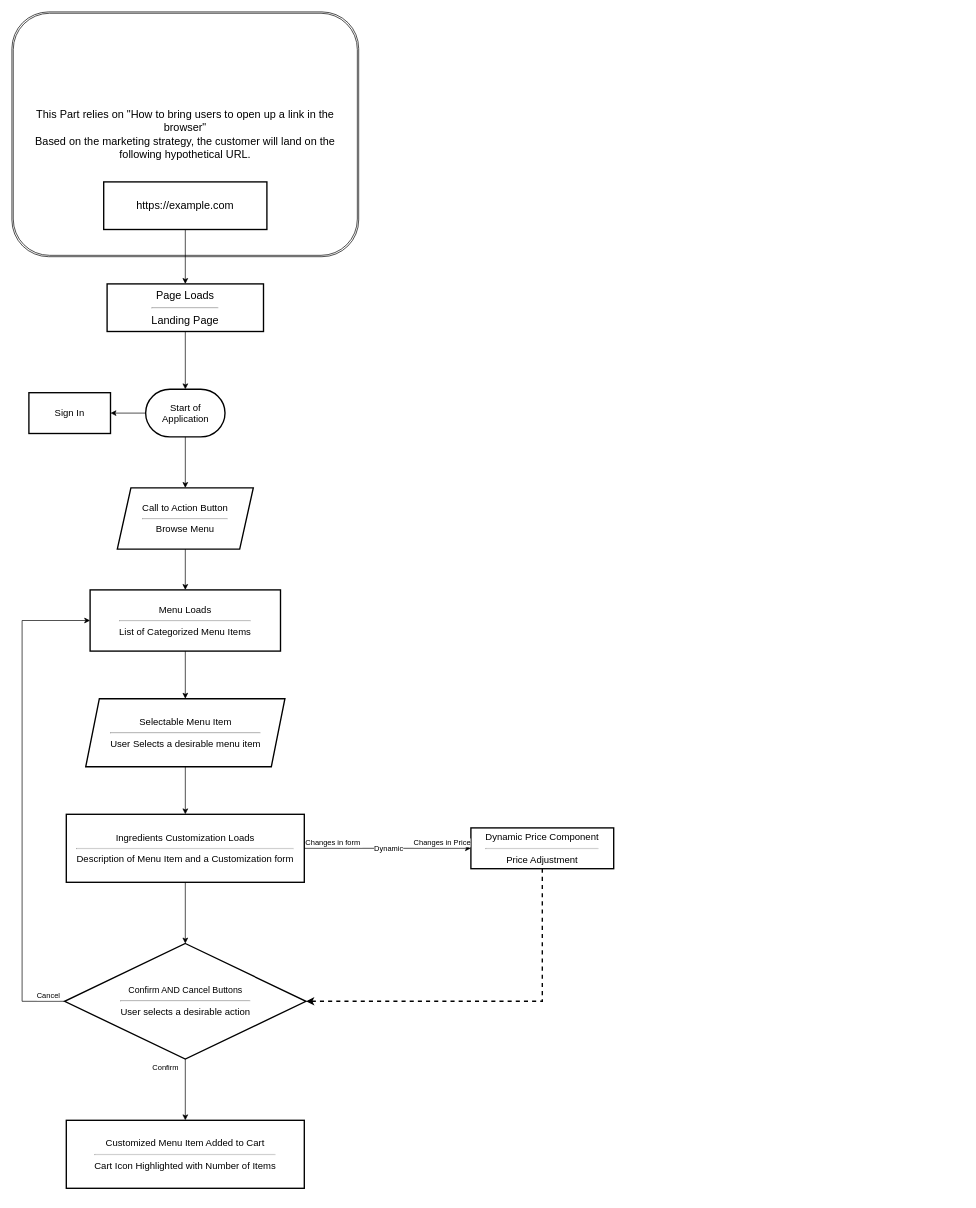
Above: basic-userflow.drawio in HAZberi/catering-webApp-diagrams (draw.io), before the change. Source tidied: cells renumbered, new cells numbered last; positions are measured from the earlier drawing's top-left corner, leaving out a move shared by most shapes. Both pictures are drawn from the tidied source at 68%, with x=0, y=0 at pixel (12, 12).
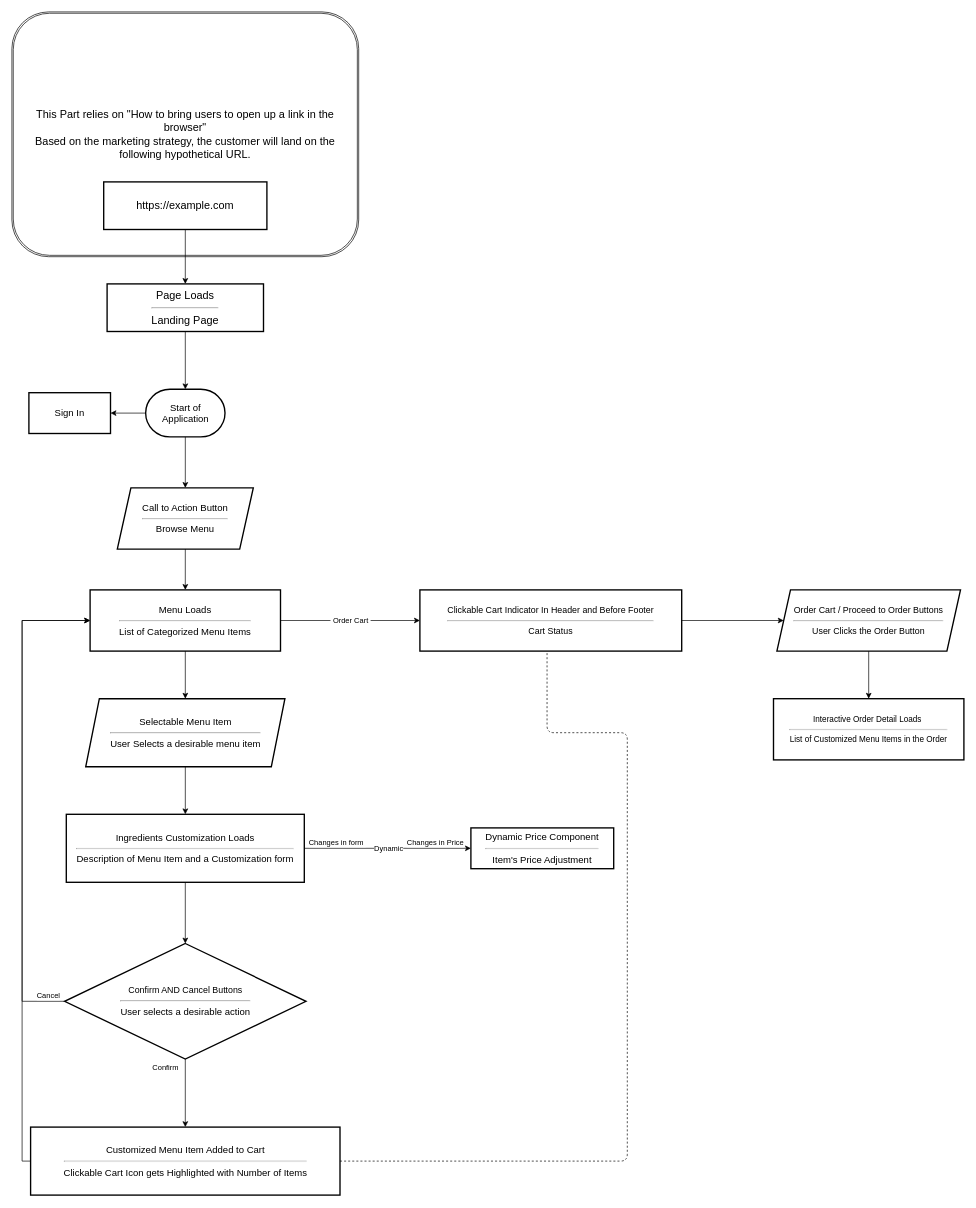
The same diagram, later.

Commit message:
Items added to cart

The change refers to these unchanged cells:
```xml
<mxCell id="14" value="&lt;font style=&quot;font-size: 14px&quot;&gt;Menu Loads&lt;br&gt;&lt;/font&gt;&lt;hr style=&quot;font-size: 14px&quot;&gt;&lt;font style=&quot;font-size: 14px&quot;&gt;List of Categorized Menu Items&lt;/font&gt;" style="rounded=0;whiteSpace=wrap;html=1;fillColor=none;strokeWidth=2;" parent="1" vertex="1">
  <mxGeometry x="115" y="850" width="280" height="90" as="geometry" />
</mxCell>
<mxCell id="21" value="Label" style="endArrow=classic;html=1;exitX=1;exitY=0.5;exitDx=0;exitDy=0;entryX=0;entryY=0.5;entryDx=0;entryDy=0;strokeWidth=1;" parent="1" edge="1" source="18" target="20">
  <mxGeometry relative="1" as="geometry" />
</mxCell>
<mxCell id="27" value="&lt;font style=&quot;font-size: 13px&quot;&gt;Confirm AND Cancel Buttons&lt;br&gt;&lt;/font&gt;&lt;hr style=&quot;font-size: 13px&quot;&gt;&lt;font style=&quot;font-size: 14px&quot;&gt;User selects a desirable action&lt;/font&gt;" style="rhombus;whiteSpace=wrap;html=1;strokeWidth=2;fillColor=none;" parent="1" vertex="1">
  <mxGeometry x="77.5" y="1370" width="355" height="170" as="geometry" />
</mxCell>
```

Change to the diagram source:
```diff
@@
-    <mxCell id="19" style="edgeStyle=orthogonalEdgeStyle;rounded=0;jettySize=auto;html=1;exitX=0.5;exitY=1;exitDx=0;exitDy=0;entryX=1;entryY=0.5;entryDx=0;entryDy=0;dashed=1;strokeWidth=2;" parent="1" edge="1" source="20" target="27">
-      <mxGeometry relative="1" as="geometry" />
-    </mxCell>
-    <mxCell id="20" value="&lt;font style=&quot;font-size: 14px&quot;&gt;Dynamic Price Component&lt;br&gt;&lt;/font&gt;&lt;hr style=&quot;font-size: 14px&quot;&gt;&lt;font style=&quot;font-size: 14px&quot;&gt;Price Adjustment&lt;/font&gt;" style="rounded=0;whiteSpace=wrap;html=1;strokeWidth=2;fillColor=none;" parent="1" vertex="1">
+    <mxCell id="20" value="&lt;font style=&quot;font-size: 14px&quot;&gt;Dynamic Price Component&lt;br&gt;&lt;/font&gt;&lt;hr style=&quot;font-size: 14px&quot;&gt;&lt;font style=&quot;font-size: 14px&quot;&gt;Item's Price Adjustment&lt;/font&gt;" style="rounded=0;whiteSpace=wrap;html=1;strokeWidth=2;fillColor=none;" parent="1" vertex="1">
       <mxGeometry x="675" y="1200" width="210" height="60" as="geometry" />
     </mxCell>
@@
     <mxCell id="23" value="Changes in form&amp;nbsp;" style="edgeLabel;html=1;align=left;verticalAlign=bottom;" parent="21" vertex="1">
-      <mxGeometry x="-1" relative="1" as="geometry" />
+      <mxGeometry x="-1" relative="1" as="geometry">
+        <mxPoint x="5" as="offset" />
+      </mxGeometry>
     </mxCell>
     <mxCell id="24" value="Changes in Price" style="edgeLabel;html=1;align=right;verticalAlign=bottom;" parent="21" vertex="1">
-      <mxGeometry x="1" relative="1" as="geometry" />
+      <mxGeometry x="1" relative="1" as="geometry">
+        <mxPoint x="-10" as="offset" />
+      </mxGeometry>
     </mxCell>
@@
+    <mxCell id="31" style="edgeStyle=orthogonalEdgeStyle;rounded=0;jettySize=auto;html=1;exitX=0;exitY=0.5;exitDx=0;exitDy=0;entryX=0;entryY=0.5;entryDx=0;entryDy=0;" parent="1" edge="1" source="29" target="14">
+      <mxGeometry relative="1" as="geometry">
+        <Array as="points">
+          <mxPoint x="15" y="1690" />
+          <mxPoint x="15" y="895" />
+        </Array>
+      </mxGeometry>
+    </mxCell>
-    <mxCell id="29" value="&lt;font style=&quot;font-size: 14px&quot;&gt;Customized Menu Item Added to Cart&lt;br&gt;&lt;/font&gt;&lt;hr style=&quot;font-size: 14px&quot;&gt;&lt;font style=&quot;font-size: 14px&quot;&gt;Cart Icon Highlighted with Number of Items&lt;/font&gt;" style="rounded=0;whiteSpace=wrap;html=1;strokeWidth=2;fillColor=none;" parent="1" vertex="1">
-      <mxGeometry x="80" y="1630" width="350" height="100" as="geometry" />
+    <mxCell id="29" value="&lt;font style=&quot;font-size: 14px&quot;&gt;Customized Menu Item Added to Cart&lt;br&gt;&lt;/font&gt;&lt;hr style=&quot;font-size: 14px&quot;&gt;&lt;font style=&quot;font-size: 14px&quot;&gt;Clickable Cart Icon gets Highlighted with Number of Items&lt;/font&gt;" style="rounded=0;whiteSpace=wrap;html=1;strokeWidth=2;fillColor=none;" parent="1" vertex="1">
+      <mxGeometry x="27.5" y="1640" width="455" height="100" as="geometry" />
     </mxCell>
@@
+    <mxCell id="32" value="&lt;font style=&quot;font-size: 13px&quot;&gt;Clickable Cart Indicator In Header and Before Footer&lt;br&gt;&lt;hr&gt;Cart Status&lt;br&gt;&lt;/font&gt;" style="rounded=0;whiteSpace=wrap;html=1;strokeWidth=2;" parent="1" vertex="1">
+      <mxGeometry x="600" y="850" width="385" height="90" as="geometry" />
+    </mxCell>
+    <mxCell id="33" value="&amp;nbsp;Order Cart&amp;nbsp;" style="endArrow=classic;html=1;exitX=1;exitY=0.5;exitDx=0;exitDy=0;entryX=0;entryY=0.5;entryDx=0;entryDy=0;" parent="1" edge="1" source="14" target="32">
+      <mxGeometry relative="1" as="geometry" />
+    </mxCell>
+    <mxCell id="34" style="endArrow=none;dashed=1;html=1;exitX=1;exitY=0.5;exitDx=0;exitDy=0;edgeStyle=orthogonalEdgeStyle;" parent="1" edge="1" source="29">
+      <mxGeometry relative="1" as="geometry">
+        <mxPoint x="787" y="941" as="targetPoint" />
+        <Array as="points">
+          <mxPoint x="905" y="1690" />
+          <mxPoint x="905" y="1060" />
+          <mxPoint x="787" y="1060" />
+        </Array>
+      </mxGeometry>
+    </mxCell>
+    <mxCell id="35" style="edgeStyle=none;rounded=0;jettySize=auto;html=1;exitX=0.5;exitY=1;exitDx=0;exitDy=0;entryX=0.5;entryY=0;entryDx=0;entryDy=0;" parent="1" edge="1" source="36" target="38">
+      <mxGeometry relative="1" as="geometry" />
+    </mxCell>
+    <mxCell id="36" value="&lt;font style=&quot;font-size: 13px&quot;&gt;Order Cart / Proceed to Order Buttons&lt;br&gt;&lt;/font&gt;&lt;hr style=&quot;font-size: 13px&quot;&gt;&lt;font style=&quot;font-size: 13px&quot;&gt;User Clicks the Order Button&lt;/font&gt;" style="shape=parallelogram;perimeter=parallelogramPerimeter;whiteSpace=wrap;html=1;fixedSize=1;strokeWidth=2;" parent="1" vertex="1">
+      <mxGeometry x="1125" y="850" width="270" height="90" as="geometry" />
+    </mxCell>
+    <mxCell id="37" style="endArrow=classic;html=1;exitX=1;exitY=0.5;exitDx=0;exitDy=0;entryX=0;entryY=0.5;entryDx=0;entryDy=0;" parent="1" edge="1" source="32" target="36">
+      <mxGeometry relative="1" as="geometry" />
+    </mxCell>
+    <mxCell id="38" value="Interactive Order Detail Loads&amp;nbsp;&lt;br&gt;&lt;hr&gt;List of Customized Menu Items in the Order" style="rounded=0;whiteSpace=wrap;html=1;strokeWidth=2;" parent="1" vertex="1">
+      <mxGeometry x="1120" y="1010" width="280" height="90" as="geometry" />
+    </mxCell>
```
